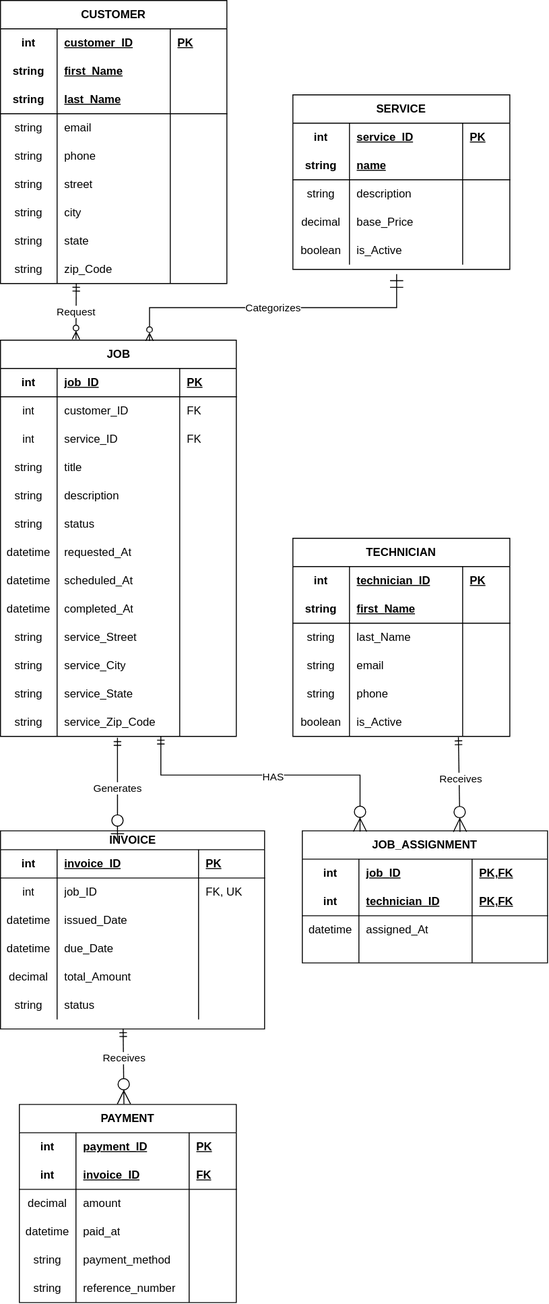
Earlier version of the draw.io export docs/architecture/ERD.svg (JimmyCedil/group-12-service-platform). Source tidied: cells renumbered, new cells last; positions are measured from the earlier drawing's top-left corner, leaving out a move shared by most shapes.
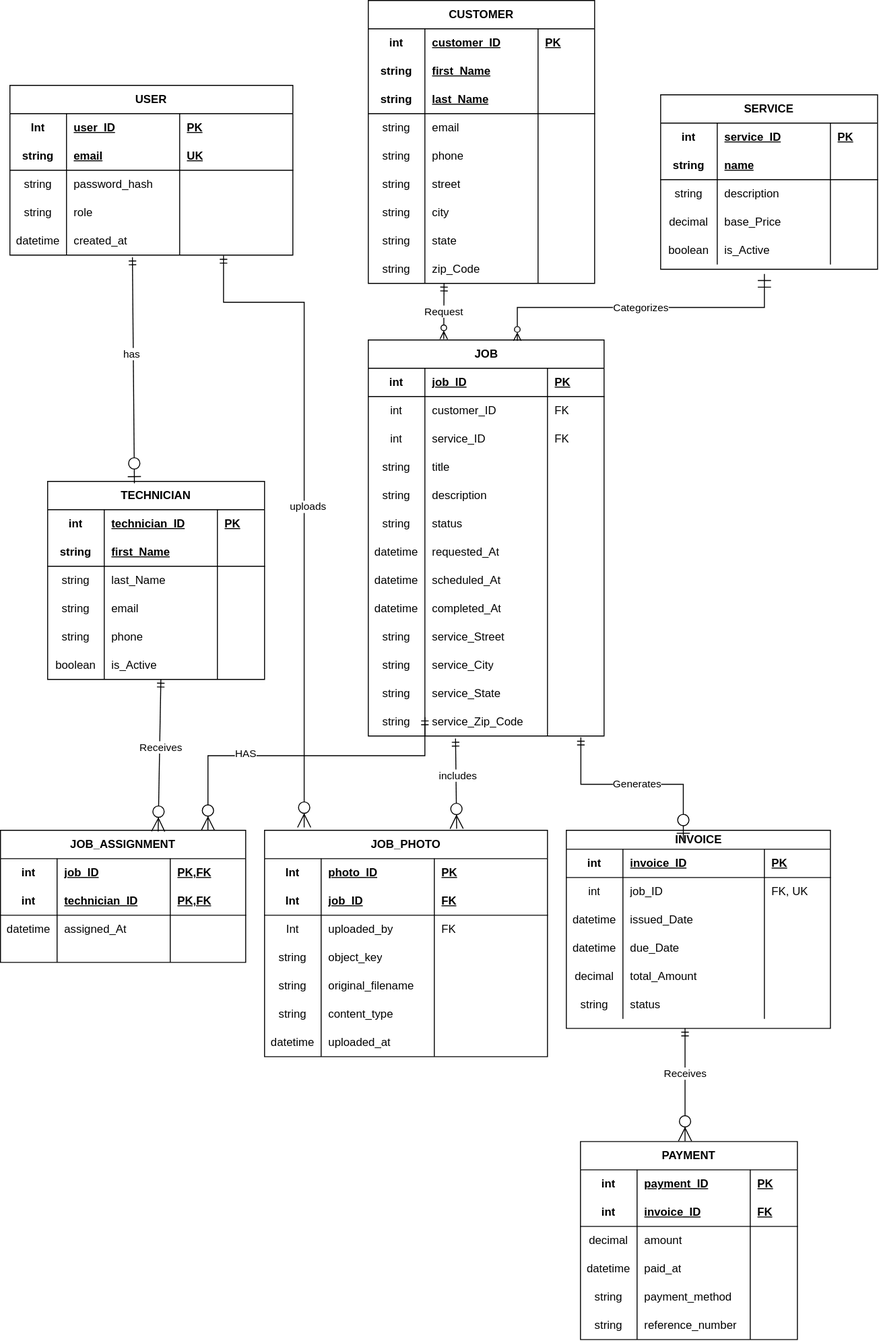
After the commit.

Commit message:
Add user accounts and job photos to ERD

Diff of the diagram source:
```diff
@@ -349,3 +349,3 @@
     <mxCell id="115" value="INVOICE" style="shape=table;startSize=20;rowLines=0;fontStyle=1;align=center;html=1;" parent="1" vertex="1">
-      <mxGeometry y="880" width="280" height="210" as="geometry" />
+      <mxGeometry x="210" y="880" width="280" height="210" as="geometry" />
     </mxCell>
@@ -423,7 +423,9 @@
     </mxCell>
-    <mxCell id="140" value="Generates" style="endArrow=ERzeroToOne;endFill=1;endSize=12;html=1;rounded=0;startArrow=ERmandOne;startFill=0;shadow=0;exitX=0.496;exitY=1.048;exitDx=0;exitDy=0;exitPerimeter=0;entryX=0.443;entryY=0.048;entryDx=0;entryDy=0;entryPerimeter=0;" parent="1" edge="1" source="88" target="115">
-      <mxGeometry relative="1" as="geometry" />
+    <mxCell id="140" value="Generates" style="endArrow=ERzeroToOne;endFill=1;endSize=12;html=1;rounded=0;startArrow=ERmandOne;startFill=0;shadow=0;entryX=0.443;entryY=0.048;entryDx=0;entryDy=0;entryPerimeter=0;edgeStyle=orthogonalEdgeStyle;" parent="1" edge="1" target="115">
+      <mxGeometry relative="1" as="geometry">
+        <mxPoint x="225.4" y="781.4" as="sourcePoint" />
+      </mxGeometry>
     </mxCell>
     <mxCell id="141" value="TECHNICIAN" style="shape=table;startSize=30;rowLines=0;fontStyle=1;align=center;html=1;whiteSpace=wrap;" parent="1" vertex="1">
-      <mxGeometry x="310" y="570" width="230" height="210" as="geometry" />
+      <mxGeometry x="-340" y="510" width="230" height="210" as="geometry" />
     </mxCell>
@@ -502,3 +504,3 @@
     <mxCell id="166" value="JOB_ASSIGNMENT" style="shape=table;startSize=30;rowLines=0;fontStyle=1;align=center;html=1;whiteSpace=wrap;" parent="1" vertex="1">
-      <mxGeometry x="320" y="880" width="260" height="140" as="geometry" />
+      <mxGeometry x="-390" y="880" width="260" height="140" as="geometry" />
     </mxCell>
@@ -552,9 +554,8 @@
     </mxCell>
-    <mxCell id="183" style="endArrow=ERzeroToMany;endFill=1;endSize=12;html=1;rounded=0;startArrow=ERmandOne;startFill=0;edgeStyle=orthogonalEdgeStyle;exitX=0.767;exitY=1.096;exitDx=0;exitDy=0;exitPerimeter=0;entryX=0.319;entryY=0.025;entryDx=0;entryDy=0;entryPerimeter=0;" parent="1" edge="1">
+    <mxCell id="183" style="endArrow=ERzeroToMany;endFill=1;endSize=12;html=1;rounded=0;startArrow=ERmandOne;startFill=0;edgeStyle=orthogonalEdgeStyle;exitX=0.767;exitY=1.096;exitDx=0;exitDy=0;exitPerimeter=0;entryX=0.846;entryY=0;entryDx=0;entryDy=0;entryPerimeter=0;" parent="1" edge="1" target="166">
       <mxGeometry relative="1" as="geometry">
-        <mxPoint x="170" y="780" as="sourcePoint" />
-        <mxPoint x="381.2" y="880.9" as="targetPoint" />
+        <mxPoint x="60" y="760" as="sourcePoint" />
         <Array as="points">
-          <mxPoint x="170.1" y="820.9" />
-          <mxPoint x="381.1" y="820.9" />
+          <mxPoint x="60" y="800.9" />
+          <mxPoint x="-170" y="800.9" />
         </Array>
@@ -563,5 +564,7 @@
     <mxCell id="184" value="HAS" style="edgeLabel;html=1;align=center;verticalAlign=middle;" parent="183" vertex="1">
-      <mxGeometry x="0.02" y="-2" relative="1" as="geometry" />
+      <mxGeometry x="0.02" y="-2" relative="1" as="geometry">
+        <mxPoint x="-53" as="offset" />
+      </mxGeometry>
     </mxCell>
-    <mxCell id="185" style="endArrow=ERzeroToMany;endFill=1;endSize=12;html=1;rounded=0;startArrow=ERmandOne;startFill=0;exitX=0.763;exitY=1.023;exitDx=0;exitDy=0;exitPerimeter=0;entryX=0.643;entryY=0.008;entryDx=0;entryDy=0;entryPerimeter=0;" parent="1" edge="1" source="162" target="166">
+    <mxCell id="185" style="endArrow=ERzeroToMany;endFill=1;endSize=12;html=1;rounded=0;startArrow=ERmandOne;startFill=0;exitX=0.522;exitY=1;exitDx=0;exitDy=0;exitPerimeter=0;entryX=0.643;entryY=0.008;entryDx=0;entryDy=0;entryPerimeter=0;" parent="1" edge="1" source="162" target="166">
       <mxGeometry relative="1" as="geometry" />
@@ -572,3 +575,3 @@
     <mxCell id="187" value="PAYMENT" style="shape=table;startSize=30;rowLines=0;fontStyle=1;align=center;html=1;whiteSpace=wrap;" parent="1" vertex="1">
-      <mxGeometry x="20" y="1170" width="230" height="210" as="geometry" />
+      <mxGeometry x="225" y="1210" width="230" height="210" as="geometry" />
     </mxCell>
@@ -648,3 +651,3 @@
       <mxGeometry relative="1" as="geometry">
-        <mxPoint x="130" y="1090" as="sourcePoint" />
+        <mxPoint x="335.9" y="1090" as="sourcePoint" />
       </mxGeometry>
@@ -654,2 +657,175 @@
     </mxCell>
+    <mxCell id="214" value="USER" style="shape=table;startSize=30;rowLines=0;fontStyle=1;align=center;html=1;whiteSpace=wrap;" parent="1" vertex="1">
+      <mxGeometry x="-380" y="90" width="300" height="180" as="geometry" />
+    </mxCell>
+    <mxCell id="215" style="shape=tableRow;horizontal=0;startSize=0;swimlaneHead=0;swimlaneBody=0;fillColor=none;top=0;left=0;right=0;bottom=0;html=1;" parent="214" vertex="1">
+      <mxGeometry y="30" width="300" height="30" as="geometry" />
+    </mxCell>
+    <mxCell id="216" value="Int" style="shape=partialRectangle;fillColor=none;top=0;left=0;bottom=0;right=0;fontStyle=1;overflow=hidden;html=1;whiteSpace=wrap;" parent="215" vertex="1">
+      <mxGeometry width="60" height="30" as="geometry" />
+    </mxCell>
+    <mxCell id="217" value="user_ID" style="shape=partialRectangle;fillColor=none;top=0;left=0;bottom=0;right=0;align=left;spacingLeft=6;fontStyle=5;overflow=hidden;html=1;whiteSpace=wrap;" parent="215" vertex="1">
+      <mxGeometry x="60" width="120" height="30" as="geometry" />
+    </mxCell>
+    <mxCell id="218" value="PK" style="shape=partialRectangle;fillColor=none;top=0;left=0;bottom=0;right=0;align=left;spacingLeft=6;fontStyle=5;overflow=hidden;html=1;whiteSpace=wrap;" parent="215" vertex="1">
+      <mxGeometry x="180" width="120" height="30" as="geometry" />
+    </mxCell>
+    <mxCell id="219" style="shape=tableRow;horizontal=0;startSize=0;swimlaneHead=0;swimlaneBody=0;fillColor=none;top=0;left=0;right=0;bottom=1;html=1;" parent="214" vertex="1">
+      <mxGeometry y="60" width="300" height="30" as="geometry" />
+    </mxCell>
+    <mxCell id="220" value="string" style="shape=partialRectangle;fillColor=none;top=0;left=0;bottom=0;right=0;fontStyle=1;overflow=hidden;html=1;whiteSpace=wrap;" parent="219" vertex="1">
+      <mxGeometry width="60" height="30" as="geometry" />
+    </mxCell>
+    <mxCell id="221" value="email" style="shape=partialRectangle;fillColor=none;top=0;left=0;bottom=0;right=0;align=left;spacingLeft=6;fontStyle=5;overflow=hidden;html=1;whiteSpace=wrap;" parent="219" vertex="1">
+      <mxGeometry x="60" width="120" height="30" as="geometry" />
+    </mxCell>
+    <mxCell id="222" value="UK" style="shape=partialRectangle;fillColor=none;top=0;left=0;bottom=0;right=0;align=left;spacingLeft=6;fontStyle=5;overflow=hidden;html=1;whiteSpace=wrap;" parent="219" vertex="1">
+      <mxGeometry x="180" width="120" height="30" as="geometry" />
+    </mxCell>
+    <mxCell id="223" style="shape=tableRow;horizontal=0;startSize=0;swimlaneHead=0;swimlaneBody=0;fillColor=none;top=0;left=0;right=0;bottom=0;html=1;" parent="214" vertex="1">
+      <mxGeometry y="90" width="300" height="30" as="geometry" />
+    </mxCell>
+    <mxCell id="224" value="string" style="shape=partialRectangle;fillColor=none;top=0;left=0;bottom=0;right=0;overflow=hidden;html=1;whiteSpace=wrap;" parent="223" vertex="1">
+      <mxGeometry width="60" height="30" as="geometry" />
+    </mxCell>
+    <mxCell id="225" value="password_hash" style="shape=partialRectangle;fillColor=none;top=0;left=0;bottom=0;right=0;align=left;spacingLeft=6;overflow=hidden;html=1;whiteSpace=wrap;" parent="223" vertex="1">
+      <mxGeometry x="60" width="120" height="30" as="geometry" />
+    </mxCell>
+    <mxCell id="226" style="shape=partialRectangle;fillColor=none;top=0;left=0;bottom=0;right=0;align=left;spacingLeft=6;overflow=hidden;html=1;whiteSpace=wrap;" parent="223" vertex="1">
+      <mxGeometry x="180" width="120" height="30" as="geometry" />
+    </mxCell>
+    <mxCell id="227" style="shape=tableRow;horizontal=0;startSize=0;swimlaneHead=0;swimlaneBody=0;fillColor=none;top=0;left=0;right=0;bottom=0;html=1;" parent="214" vertex="1">
+      <mxGeometry y="120" width="300" height="30" as="geometry" />
+    </mxCell>
+    <mxCell id="228" value="string" style="shape=partialRectangle;fillColor=none;top=0;left=0;bottom=0;right=0;overflow=hidden;html=1;whiteSpace=wrap;" parent="227" vertex="1">
+      <mxGeometry width="60" height="30" as="geometry" />
+    </mxCell>
+    <mxCell id="229" value="role" style="shape=partialRectangle;fillColor=none;top=0;left=0;bottom=0;right=0;align=left;spacingLeft=6;overflow=hidden;html=1;whiteSpace=wrap;" parent="227" vertex="1">
+      <mxGeometry x="60" width="120" height="30" as="geometry" />
+    </mxCell>
+    <mxCell id="230" style="shape=partialRectangle;fillColor=none;top=0;left=0;bottom=0;right=0;align=left;spacingLeft=6;overflow=hidden;html=1;whiteSpace=wrap;" parent="227" vertex="1">
+      <mxGeometry x="180" width="120" height="30" as="geometry" />
+    </mxCell>
+    <mxCell id="231" style="shape=tableRow;horizontal=0;startSize=0;swimlaneHead=0;swimlaneBody=0;fillColor=none;points=[[0,0.5],[1,0.5]];portConstraint=eastwest;top=0;left=0;right=0;bottom=0;html=1;" parent="214" vertex="1">
+      <mxGeometry y="150" width="300" height="30" as="geometry" />
+    </mxCell>
+    <mxCell id="232" value="datetime" style="shape=partialRectangle;fillColor=none;top=0;left=0;bottom=0;right=0;overflow=hidden;html=1;whiteSpace=wrap;" parent="231" vertex="1">
+      <mxGeometry width="60" height="30" as="geometry" />
+    </mxCell>
+    <mxCell id="233" value="created_at" style="shape=partialRectangle;fillColor=none;top=0;left=0;bottom=0;right=0;align=left;spacingLeft=6;overflow=hidden;html=1;whiteSpace=wrap;" parent="231" vertex="1">
+      <mxGeometry x="60" width="120" height="30" as="geometry" />
+    </mxCell>
+    <mxCell id="234" style="shape=partialRectangle;fillColor=none;top=0;left=0;bottom=0;right=0;align=left;spacingLeft=6;overflow=hidden;html=1;whiteSpace=wrap;" parent="231" vertex="1">
+      <mxGeometry x="180" width="120" height="30" as="geometry" />
+    </mxCell>
+    <mxCell id="235" style="endArrow=ERzeroToOne;endFill=1;endSize=12;html=1;rounded=0;startArrow=ERmandOne;startFill=0;exitX=0.433;exitY=1.075;exitDx=0;exitDy=0;exitPerimeter=0;entryX=0.4;entryY=0.009;entryDx=0;entryDy=0;entryPerimeter=0;" parent="1" edge="1" source="231" target="141">
+      <mxGeometry relative="1" as="geometry" />
+    </mxCell>
+    <mxCell id="236" value="has" style="edgeLabel;html=1;align=center;verticalAlign=middle;" parent="235" vertex="1">
+      <mxGeometry x="-0.15" y="-2" relative="1" as="geometry" />
+    </mxCell>
+    <mxCell id="237" value="JOB_PHOTO" style="shape=table;startSize=30;rowLines=0;fontStyle=1;align=center;html=1;whiteSpace=wrap;" parent="1" vertex="1">
+      <mxGeometry x="-110" y="880" width="300" height="240" as="geometry" />
+    </mxCell>
+    <mxCell id="238" style="shape=tableRow;horizontal=0;startSize=0;swimlaneHead=0;swimlaneBody=0;fillColor=none;top=0;left=0;right=0;bottom=0;html=1;" parent="237" vertex="1">
+      <mxGeometry y="30" width="300" height="30" as="geometry" />
+    </mxCell>
+    <mxCell id="239" value="Int" style="shape=partialRectangle;fillColor=none;top=0;left=0;bottom=0;right=0;fontStyle=1;overflow=hidden;html=1;whiteSpace=wrap;" parent="238" vertex="1">
+      <mxGeometry width="60" height="30" as="geometry" />
+    </mxCell>
+    <mxCell id="240" value="photo_ID" style="shape=partialRectangle;fillColor=none;top=0;left=0;bottom=0;right=0;align=left;spacingLeft=6;fontStyle=5;overflow=hidden;html=1;whiteSpace=wrap;" parent="238" vertex="1">
+      <mxGeometry x="60" width="120" height="30" as="geometry" />
+    </mxCell>
+    <mxCell id="241" value="PK" style="shape=partialRectangle;fillColor=none;top=0;left=0;bottom=0;right=0;align=left;spacingLeft=6;fontStyle=5;overflow=hidden;html=1;whiteSpace=wrap;" parent="238" vertex="1">
+      <mxGeometry x="180" width="120" height="30" as="geometry" />
+    </mxCell>
+    <mxCell id="242" style="shape=tableRow;horizontal=0;startSize=0;swimlaneHead=0;swimlaneBody=0;fillColor=none;top=0;left=0;right=0;bottom=1;html=1;" parent="237" vertex="1">
+      <mxGeometry y="60" width="300" height="30" as="geometry" />
+    </mxCell>
+    <mxCell id="243" value="Int" style="shape=partialRectangle;fillColor=none;top=0;left=0;bottom=0;right=0;fontStyle=1;overflow=hidden;html=1;whiteSpace=wrap;" parent="242" vertex="1">
+      <mxGeometry width="60" height="30" as="geometry" />
+    </mxCell>
+    <mxCell id="244" value="job_ID" style="shape=partialRectangle;fillColor=none;top=0;left=0;bottom=0;right=0;align=left;spacingLeft=6;fontStyle=5;overflow=hidden;html=1;whiteSpace=wrap;" parent="242" vertex="1">
+      <mxGeometry x="60" width="120" height="30" as="geometry" />
+    </mxCell>
+    <mxCell id="245" value="FK" style="shape=partialRectangle;fillColor=none;top=0;left=0;bottom=0;right=0;align=left;spacingLeft=6;fontStyle=5;overflow=hidden;html=1;whiteSpace=wrap;" parent="242" vertex="1">
+      <mxGeometry x="180" width="120" height="30" as="geometry" />
+    </mxCell>
+    <mxCell id="246" style="shape=tableRow;horizontal=0;startSize=0;swimlaneHead=0;swimlaneBody=0;fillColor=none;top=0;left=0;right=0;bottom=0;html=1;" parent="237" vertex="1">
+      <mxGeometry y="90" width="300" height="30" as="geometry" />
+    </mxCell>
+    <mxCell id="247" value="Int" style="shape=partialRectangle;fillColor=none;top=0;left=0;bottom=0;right=0;overflow=hidden;html=1;whiteSpace=wrap;" parent="246" vertex="1">
+      <mxGeometry width="60" height="30" as="geometry" />
+    </mxCell>
+    <mxCell id="248" value="uploaded_by" style="shape=partialRectangle;fillColor=none;top=0;left=0;bottom=0;right=0;align=left;spacingLeft=6;overflow=hidden;html=1;whiteSpace=wrap;" parent="246" vertex="1">
+      <mxGeometry x="60" width="120" height="30" as="geometry" />
+    </mxCell>
+    <mxCell id="249" value="FK" style="shape=partialRectangle;fillColor=none;top=0;left=0;bottom=0;right=0;align=left;spacingLeft=6;overflow=hidden;html=1;whiteSpace=wrap;" parent="246" vertex="1">
+      <mxGeometry x="180" width="120" height="30" as="geometry" />
+    </mxCell>
+    <mxCell id="250" style="shape=tableRow;horizontal=0;startSize=0;swimlaneHead=0;swimlaneBody=0;fillColor=none;top=0;left=0;right=0;bottom=0;html=1;" parent="237" vertex="1">
+      <mxGeometry y="120" width="300" height="30" as="geometry" />
+    </mxCell>
+    <mxCell id="251" value="string" style="shape=partialRectangle;fillColor=none;top=0;left=0;bottom=0;right=0;overflow=hidden;html=1;whiteSpace=wrap;" parent="250" vertex="1">
+      <mxGeometry width="60" height="30" as="geometry" />
+    </mxCell>
+    <mxCell id="252" value="object_key" style="shape=partialRectangle;fillColor=none;top=0;left=0;bottom=0;right=0;align=left;spacingLeft=6;overflow=hidden;html=1;whiteSpace=wrap;" parent="250" vertex="1">
+      <mxGeometry x="60" width="120" height="30" as="geometry" />
+    </mxCell>
+    <mxCell id="253" style="shape=partialRectangle;fillColor=none;top=0;left=0;bottom=0;right=0;align=left;spacingLeft=6;overflow=hidden;html=1;whiteSpace=wrap;" parent="250" vertex="1">
+      <mxGeometry x="180" width="120" height="30" as="geometry" />
+    </mxCell>
+    <mxCell id="254" style="shape=tableRow;horizontal=0;startSize=0;swimlaneHead=0;swimlaneBody=0;fillColor=none;top=0;left=0;right=0;bottom=0;html=1;" parent="237" vertex="1">
+      <mxGeometry y="150" width="300" height="30" as="geometry" />
+    </mxCell>
+    <mxCell id="255" value="string" style="shape=partialRectangle;fillColor=none;top=0;left=0;bottom=0;right=0;overflow=hidden;html=1;whiteSpace=wrap;" parent="254" vertex="1">
+      <mxGeometry width="60" height="30" as="geometry" />
+    </mxCell>
+    <mxCell id="256" value="original_filename" style="shape=partialRectangle;fillColor=none;top=0;left=0;bottom=0;right=0;align=left;spacingLeft=6;overflow=hidden;html=1;whiteSpace=wrap;" parent="254" vertex="1">
+      <mxGeometry x="60" width="120" height="30" as="geometry" />
+    </mxCell>
+    <mxCell id="257" style="shape=partialRectangle;fillColor=none;top=0;left=0;bottom=0;right=0;align=left;spacingLeft=6;overflow=hidden;html=1;whiteSpace=wrap;" parent="254" vertex="1">
+      <mxGeometry x="180" width="120" height="30" as="geometry" />
+    </mxCell>
+    <mxCell id="258" style="shape=tableRow;horizontal=0;startSize=0;swimlaneHead=0;swimlaneBody=0;fillColor=none;top=0;left=0;right=0;bottom=0;html=1;" parent="237" vertex="1">
+      <mxGeometry y="180" width="300" height="30" as="geometry" />
+    </mxCell>
+    <mxCell id="259" value="string" style="shape=partialRectangle;fillColor=none;top=0;left=0;bottom=0;right=0;overflow=hidden;html=1;whiteSpace=wrap;" parent="258" vertex="1">
+      <mxGeometry width="60" height="30" as="geometry" />
+    </mxCell>
+    <mxCell id="260" value="content_type" style="shape=partialRectangle;fillColor=none;top=0;left=0;bottom=0;right=0;align=left;spacingLeft=6;overflow=hidden;html=1;whiteSpace=wrap;" parent="258" vertex="1">
+      <mxGeometry x="60" width="120" height="30" as="geometry" />
+    </mxCell>
+    <mxCell id="261" style="shape=partialRectangle;fillColor=none;top=0;left=0;bottom=0;right=0;align=left;spacingLeft=6;overflow=hidden;html=1;whiteSpace=wrap;" parent="258" vertex="1">
+      <mxGeometry x="180" width="120" height="30" as="geometry" />
+    </mxCell>
+    <mxCell id="262" style="shape=tableRow;horizontal=0;startSize=0;swimlaneHead=0;swimlaneBody=0;fillColor=none;top=0;left=0;right=0;bottom=0;html=1;" parent="237" vertex="1">
+      <mxGeometry y="210" width="300" height="30" as="geometry" />
+    </mxCell>
+    <mxCell id="263" value="datetime" style="shape=partialRectangle;fillColor=none;top=0;left=0;bottom=0;right=0;overflow=hidden;html=1;whiteSpace=wrap;" parent="262" vertex="1">
+      <mxGeometry width="60" height="30" as="geometry" />
+    </mxCell>
+    <mxCell id="264" value="uploaded_at" style="shape=partialRectangle;fillColor=none;top=0;left=0;bottom=0;right=0;align=left;spacingLeft=6;overflow=hidden;html=1;whiteSpace=wrap;" parent="262" vertex="1">
+      <mxGeometry x="60" width="120" height="30" as="geometry" />
+    </mxCell>
+    <mxCell id="265" style="shape=partialRectangle;fillColor=none;top=0;left=0;bottom=0;right=0;align=left;spacingLeft=6;overflow=hidden;html=1;whiteSpace=wrap;" parent="262" vertex="1">
+      <mxGeometry x="180" width="120" height="30" as="geometry" />
+    </mxCell>
+    <mxCell id="266" style="endArrow=ERzeroToMany;endFill=1;endSize=12;html=1;rounded=0;startArrow=ERmandOne;startFill=0;entryX=0.14;entryY=-0.013;entryDx=0;entryDy=0;entryPerimeter=0;edgeStyle=orthogonalEdgeStyle;exitX=0.755;exitY=1.016;exitDx=0;exitDy=0;exitPerimeter=0;" parent="1" edge="1" source="231" target="237">
+      <mxGeometry x="0.2" relative="1" as="geometry">
+        <Array as="points">
+          <mxPoint x="-153.5" y="320" />
+          <mxPoint x="-68" y="320" />
+        </Array>
+      </mxGeometry>
+    </mxCell>
+    <mxCell id="267" value="uploads" style="edgeLabel;html=1;align=center;verticalAlign=middle;" parent="266" vertex="1">
+      <mxGeometry x="0.02" y="3" relative="1" as="geometry" />
+    </mxCell>
+    <mxCell id="268" style="endArrow=ERzeroToMany;endFill=1;endSize=12;html=1;rounded=0;startArrow=ERmandOne;startFill=0;exitX=0.37;exitY=1.087;exitDx=0;exitDy=0;exitPerimeter=0;entryX=0.679;entryY=-0.007;entryDx=0;entryDy=0;entryPerimeter=0;" parent="1" edge="1" source="88" target="237">
+      <mxGeometry relative="1" as="geometry" />
+    </mxCell>
+    <mxCell id="269" value="includes" style="edgeLabel;html=1;align=center;verticalAlign=middle;" parent="268" vertex="1">
+      <mxGeometry x="-0.19" y="2" relative="1" as="geometry" />
+    </mxCell>
   </root>
```
